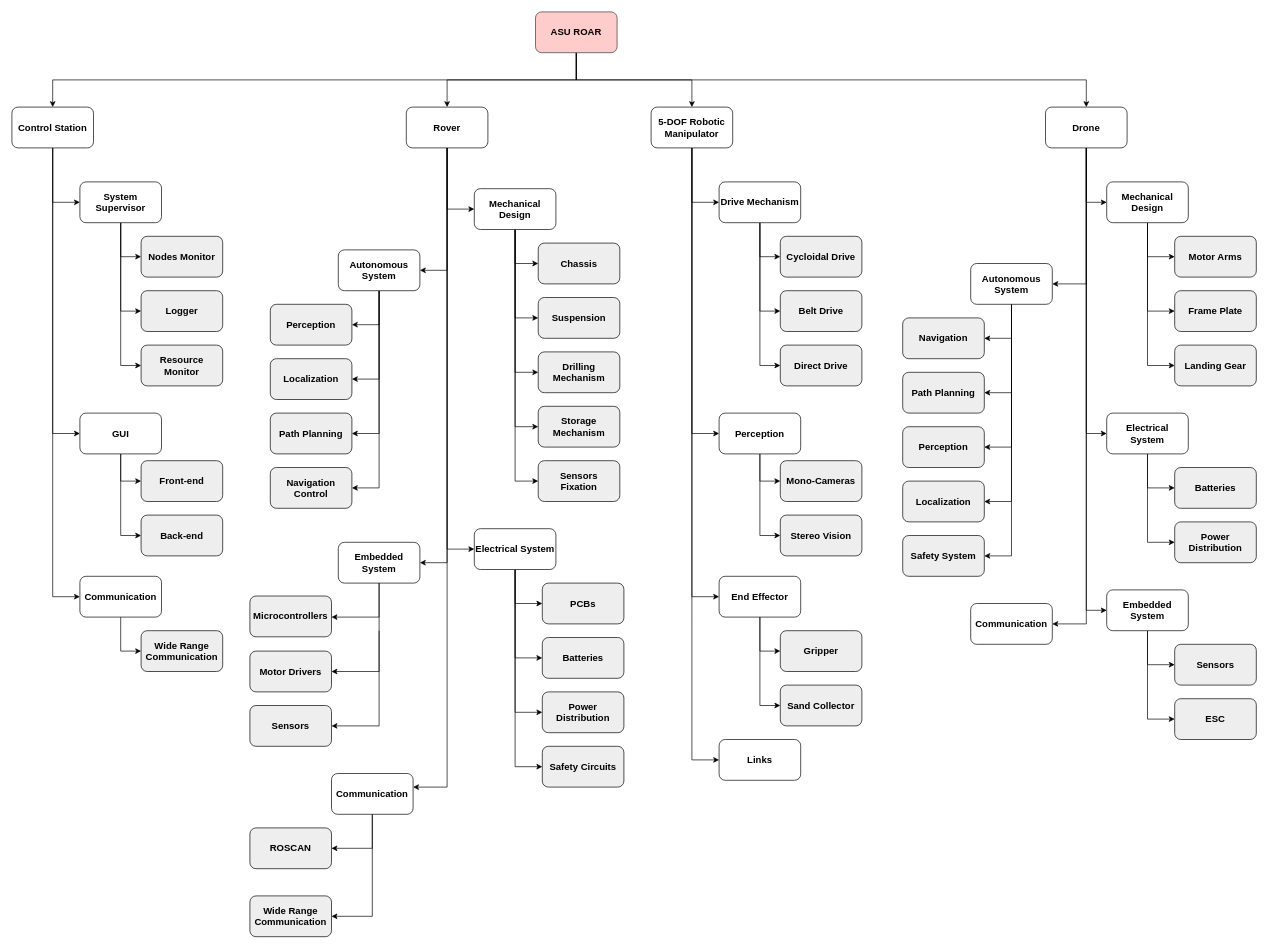
Above: page "Product Tree - Final - Not Reviewd" (1 of 2) of product-tree.drawio in ASU-ROAR-Team/preliminary-report-diagrams (draw.io), before the change. Source tidied: cells renumbered, new cells numbered last; positions are measured from the earlier drawing's top-left corner, leaving out a move shared by most shapes. Both pictures are drawn from the tidied source at 68%, with x=0, y=0 at pixel (12, 12).
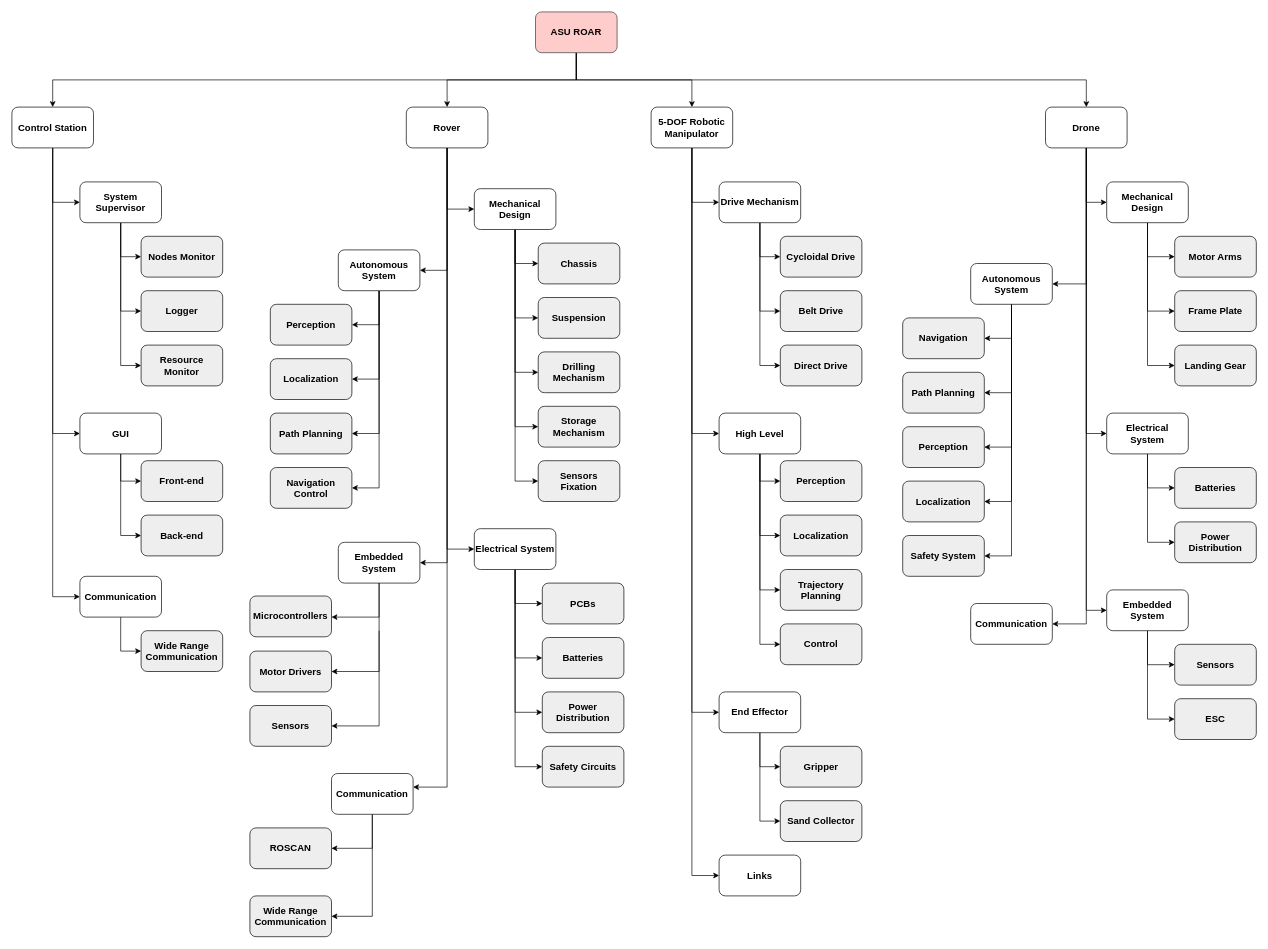
The same diagram, later.

The change refers to these unchanged cells:
```xml
<mxCell id="17" value="5-DOF Robotic Manipulator" style="rounded=1;whiteSpace=wrap;html=1;fillColor=light-dark(#FFFFFF,#AD7777);fontStyle=1;fontSize=14;" parent="1" vertex="1">
  <mxGeometry x="940" y="140" width="120" height="60" as="geometry" />
</mxCell>
```

Change to the diagram source:
```diff
@@
     <mxCell id="15" style="edgeStyle=orthogonalEdgeStyle;rounded=0;jettySize=auto;html=1;fontStyle=1;fontSize=14;fillColor=#eeeeee;strokeColor=light-dark(#000000,#F5F5F5);fontColor=light-dark(#000000,#000000);" parent="1" edge="1" source="17" target="71">
       <mxGeometry relative="1" as="geometry">
         <Array as="points">
-          <mxPoint x="1000" y="860" />
+          <mxPoint x="1000" y="1030" />
         </Array>
       </mxGeometry>
     </mxCell>
@@
     <mxCell id="68" value="Links" style="rounded=1;whiteSpace=wrap;html=1;fillColor=light-dark(#FFFFFF,#BABABA);fontStyle=1;fontSize=14;" parent="1" vertex="1">
-      <mxGeometry x="1040" y="1070" width="120" height="60" as="geometry" />
+      <mxGeometry x="1040" y="1240" width="120" height="60" as="geometry" />
     </mxCell>
     <mxCell id="69" style="edgeStyle=orthogonalEdgeStyle;rounded=0;jettySize=auto;html=1;fontStyle=1;fontSize=14;fillColor=#eeeeee;strokeColor=light-dark(#000000,#F5F5F5);fontColor=light-dark(#000000,#000000);" parent="1" edge="1" source="71" target="80">
       <mxGeometry relative="1" as="geometry">
         <Array as="points">
-          <mxPoint x="1100" y="940" />
+          <mxPoint x="1100" y="1110" />
         </Array>
       </mxGeometry>
     </mxCell>
     <mxCell id="70" style="edgeStyle=orthogonalEdgeStyle;rounded=0;jettySize=auto;html=1;fontStyle=1;fontSize=14;fillColor=#eeeeee;strokeColor=light-dark(#000000,#F5F5F5);fontColor=light-dark(#000000,#000000);" parent="1" edge="1" source="71" target="81">
       <mxGeometry relative="1" as="geometry">
         <Array as="points">
-          <mxPoint x="1100" y="1020" />
+          <mxPoint x="1100" y="1190" />
         </Array>
       </mxGeometry>
     </mxCell>
     <mxCell id="71" value="End Effector" style="rounded=1;whiteSpace=wrap;html=1;fillColor=light-dark(#FFFFFF,#BABABA);fontStyle=1;fontSize=14;" parent="1" vertex="1">
-      <mxGeometry x="1040" y="830" width="120" height="60" as="geometry" />
+      <mxGeometry x="1040" y="1000" width="120" height="60" as="geometry" />
     </mxCell>
@@
+    <mxCell id="131" style="edgeStyle=orthogonalEdgeStyle;rounded=0;jettySize=auto;html=1;exitX=0.5;exitY=1;exitDx=0;exitDy=0;entryX=0;entryY=0.5;entryDx=0;entryDy=0;" parent="1" edge="1" source="74" target="133">
+      <mxGeometry relative="1" as="geometry" />
+    </mxCell>
+    <mxCell id="132" style="edgeStyle=orthogonalEdgeStyle;rounded=0;jettySize=auto;html=1;exitX=0.5;exitY=1;exitDx=0;exitDy=0;entryX=0;entryY=0.5;entryDx=0;entryDy=0;" parent="1" edge="1" source="74" target="134">
+      <mxGeometry relative="1" as="geometry" />
+    </mxCell>
-    <mxCell id="74" value="Perception" style="rounded=1;whiteSpace=wrap;html=1;strokeColor=light-dark(#000000,#BABABA);fillColor=light-dark(#FFFFFF,#BABABA);fontStyle=1;fontSize=14;" parent="1" vertex="1">
+    <mxCell id="74" value="High Level" style="rounded=1;whiteSpace=wrap;html=1;strokeColor=light-dark(#000000,#BABABA);fillColor=light-dark(#FFFFFF,#BABABA);fontStyle=1;fontSize=14;" parent="1" vertex="1">
       <mxGeometry x="1040" y="590" width="120" height="60" as="geometry" />
     </mxCell>
@@
-    <mxCell id="78" value="Mono-Cameras" style="rounded=1;whiteSpace=wrap;html=1;fontStyle=1;fontSize=14;fillColor=#eeeeee;strokeColor=light-dark(#000000,#F5F5F5);fontColor=light-dark(#000000,#000000);" parent="1" vertex="1">
+    <mxCell id="78" value="Perception" style="rounded=1;whiteSpace=wrap;html=1;fontStyle=1;fontSize=14;fillColor=#eeeeee;strokeColor=light-dark(#000000,#F5F5F5);fontColor=light-dark(#000000,#000000);" parent="1" vertex="1">
       <mxGeometry x="1130" y="660" width="120" height="60" as="geometry" />
     </mxCell>
-    <mxCell id="79" value="Stereo Vision" style="rounded=1;whiteSpace=wrap;html=1;fontStyle=1;fontSize=14;fillColor=#eeeeee;strokeColor=light-dark(#000000,#F5F5F5);fontColor=light-dark(#000000,#000000);" parent="1" vertex="1">
+    <mxCell id="79" value="Localization" style="rounded=1;whiteSpace=wrap;html=1;fontStyle=1;fontSize=14;fillColor=#eeeeee;strokeColor=light-dark(#000000,#F5F5F5);fontColor=light-dark(#000000,#000000);" parent="1" vertex="1">
       <mxGeometry x="1130" y="740" width="120" height="60" as="geometry" />
     </mxCell>
     <mxCell id="80" value="Gripper" style="rounded=1;whiteSpace=wrap;html=1;fontStyle=1;fontSize=14;fillColor=#eeeeee;strokeColor=light-dark(#000000,#F5F5F5);fontColor=light-dark(#000000,#000000);" parent="1" vertex="1">
-      <mxGeometry x="1130" y="910" width="120" height="60" as="geometry" />
+      <mxGeometry x="1130" y="1080" width="120" height="60" as="geometry" />
     </mxCell>
     <mxCell id="81" value="Sand Collector" style="rounded=1;whiteSpace=wrap;html=1;fillColor=#eeeeee;strokeColor=light-dark(#000000,#F5F5F5);fontStyle=1;fontSize=14;fontColor=light-dark(#000000,#000000);" parent="1" vertex="1">
-      <mxGeometry x="1130" y="990" width="120" height="60" as="geometry" />
+      <mxGeometry x="1130" y="1160" width="120" height="60" as="geometry" />
     </mxCell>
@@
+    <mxCell id="133" value="Trajectory Planning" style="rounded=1;whiteSpace=wrap;html=1;fontStyle=1;fontSize=14;fillColor=#eeeeee;strokeColor=light-dark(#000000,#F5F5F5);fontColor=light-dark(#000000,#000000);" parent="1" vertex="1">
+      <mxGeometry x="1130" y="820" width="120" height="60" as="geometry" />
+    </mxCell>
+    <mxCell id="134" value="Control" style="rounded=1;whiteSpace=wrap;html=1;fontStyle=1;fontSize=14;fillColor=#eeeeee;strokeColor=light-dark(#000000,#F5F5F5);fontColor=light-dark(#000000,#000000);" parent="1" vertex="1">
+      <mxGeometry x="1130" y="900" width="120" height="60" as="geometry" />
+    </mxCell>
```
